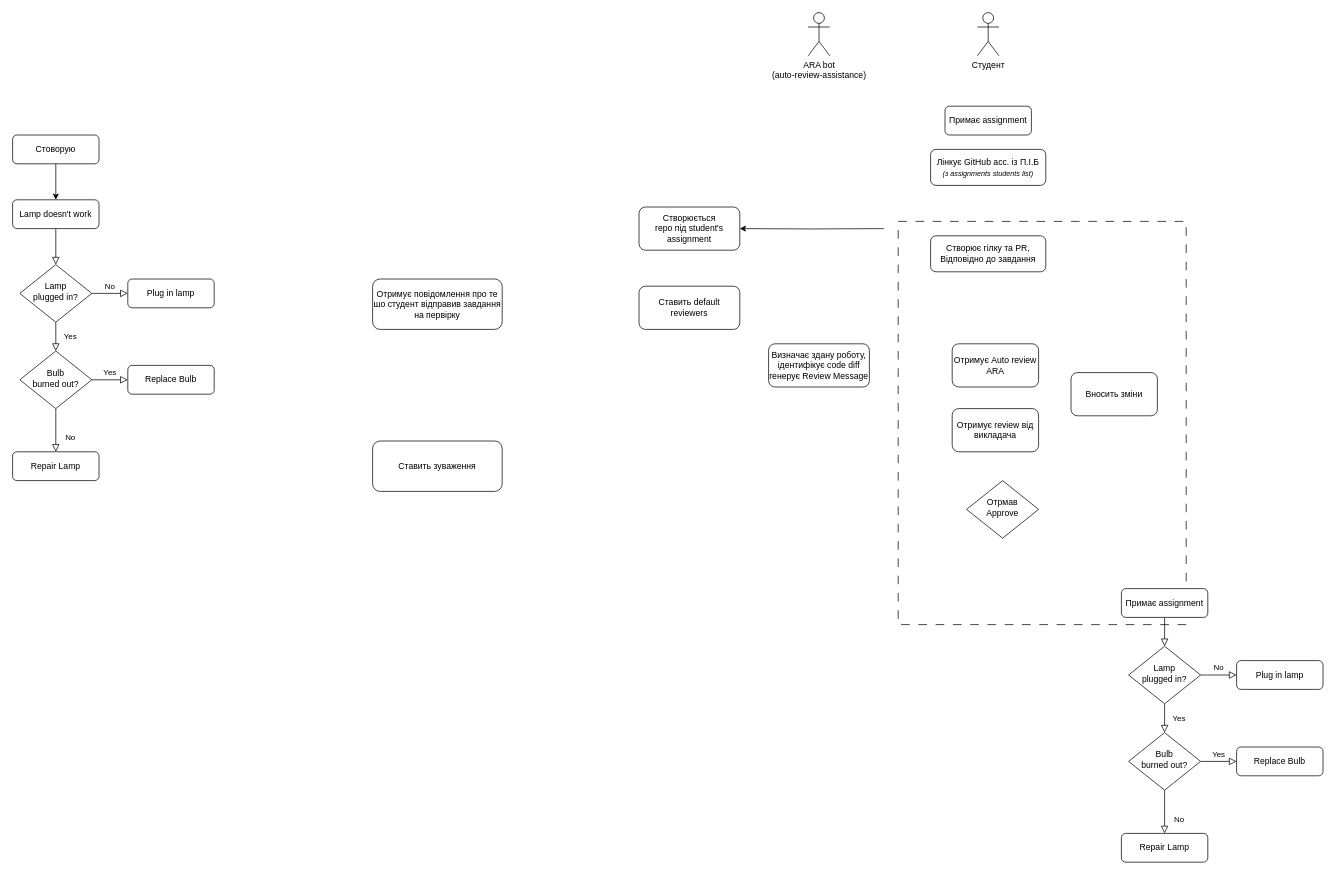
Earlier version of the draw.io diagram activity_flow_chart.drawio (AlexKom9/draw-io). Source tidied: cells renumbered, new cells numbered last; positions are measured from the earlier drawing's top-left corner, leaving out a move shared by most shapes. Both pictures are drawn from the tidied source at 72%, with x=0, y=0 at pixel (12, 12).
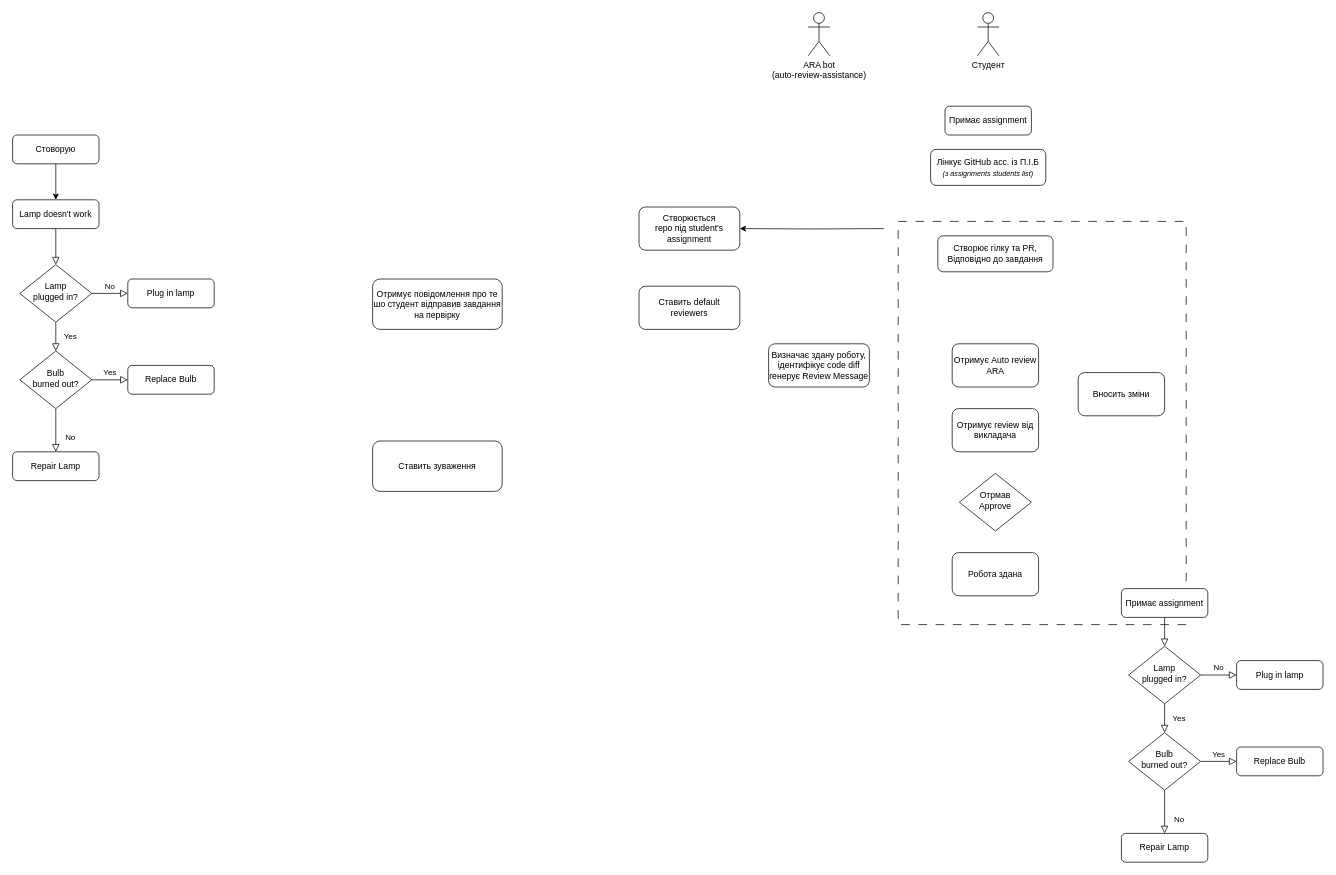
Above is the later version.

The edit, as a diff of the source:
```diff
@@
     <mxCell id="30" value="Створює гілку та PR, Відповідно до завдання" style="rounded=1;whiteSpace=wrap;html=1;fontSize=12;glass=0;strokeWidth=1;shadow=0;" parent="1" vertex="1">
-      <mxGeometry x="1275" y="310" width="160" height="50" as="geometry" />
+      <mxGeometry x="1285" y="310" width="160" height="50" as="geometry" />
     </mxCell>
@@
     <mxCell id="39" value="Отрмав Approve" style="rhombus;whiteSpace=wrap;html=1;shadow=0;fontFamily=Helvetica;fontSize=12;align=center;strokeWidth=1;spacing=6;spacingTop=-4;" parent="1" vertex="1">
-      <mxGeometry x="1325" y="650" width="100" height="80" as="geometry" />
+      <mxGeometry x="1315" y="640" width="100" height="80" as="geometry" />
     </mxCell>
@@
     <mxCell id="41" value="Вносить зміни" style="rounded=1;whiteSpace=wrap;html=1;" parent="1" vertex="1">
-      <mxGeometry x="1470" y="500" width="120" height="60" as="geometry" />
+      <mxGeometry x="1480" y="500" width="120" height="60" as="geometry" />
     </mxCell>
+    <mxCell id="42" value="Робота здана" style="rounded=1;whiteSpace=wrap;html=1;" parent="1" vertex="1">
+      <mxGeometry x="1305" y="750" width="120" height="60" as="geometry" />
+    </mxCell>
```
